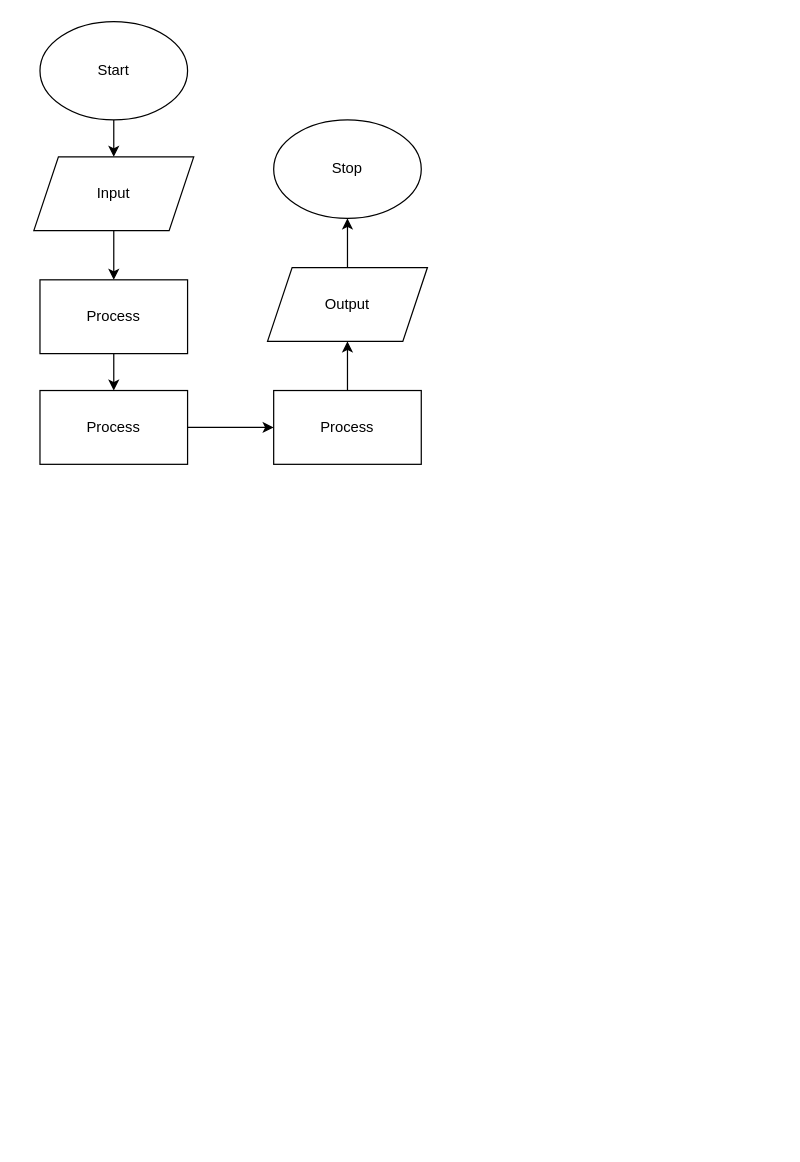
Aleksandr-Ten/ICS3U-Unit3-07-Python keeps this draw.io diagram as flowchart.drawio. Above is the earlier version. Source tidied: cells renumbered, new cells numbered last; positions are measured from the earlier drawing's top-left corner, leaving out a move shared by most shapes. Both pictures are drawn from the tidied source at 123%, with x=0, y=0 at pixel (33, 21).
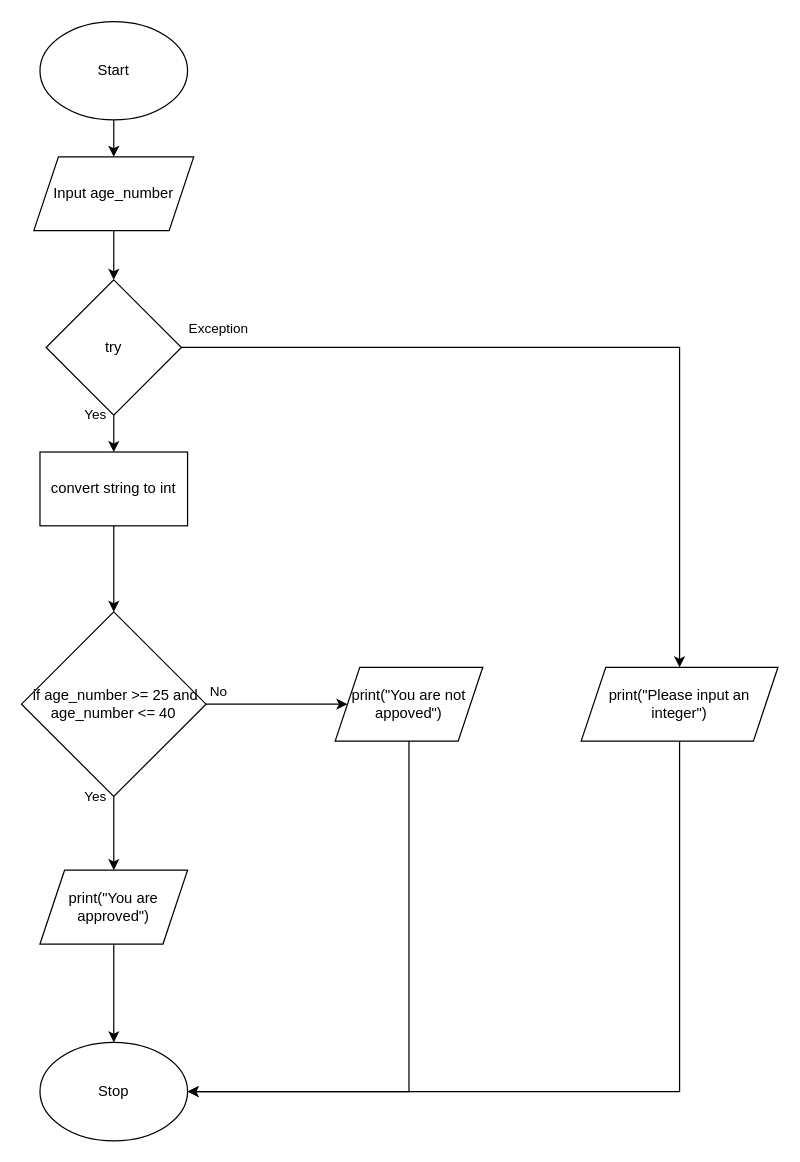
After the change.

The edit, as a diff of the source:
```diff
@@
-    <mxCell id="4" style="edgeStyle=none;html=1;exitX=0.5;exitY=1;exitDx=0;exitDy=0;entryX=0.5;entryY=0;entryDx=0;entryDy=0;" parent="1" edge="1" source="5" target="7">
-      <mxGeometry relative="1" as="geometry" />
+    <mxCell id="4" style="edgeStyle=none;html=1;exitX=0.5;exitY=1;exitDx=0;exitDy=0;entryX=0.5;entryY=0;entryDx=0;entryDy=0;" parent="1" edge="1" source="5">
+      <mxGeometry relative="1" as="geometry">
+        <mxPoint x="65" y="210" as="targetPoint" />
+      </mxGeometry>
     </mxCell>
-    <mxCell id="5" value="Input" style="shape=parallelogram;perimeter=parallelogramPerimeter;whiteSpace=wrap;html=1;fixedSize=1;" parent="1" vertex="1">
+    <mxCell id="5" value="Input age_number" style="shape=parallelogram;perimeter=parallelogramPerimeter;whiteSpace=wrap;html=1;fixedSize=1;" parent="1" vertex="1">
       <mxGeometry y="110" width="130" height="60" as="geometry" />
     </mxCell>
-    <mxCell id="6" style="edgeStyle=none;html=1;exitX=0.5;exitY=1;exitDx=0;exitDy=0;" parent="1" edge="1" source="7" target="9">
-      <mxGeometry relative="1" as="geometry" />
-    </mxCell>
-    <mxCell id="7" value="Process" style="rounded=0;whiteSpace=wrap;html=1;" parent="1" vertex="1">
-      <mxGeometry x="5" y="210" width="120" height="60" as="geometry" />
-    </mxCell>
-    <mxCell id="8" style="edgeStyle=none;html=1;exitX=1;exitY=0.5;exitDx=0;exitDy=0;entryX=0;entryY=0.5;entryDx=0;entryDy=0;" parent="1" edge="1" source="9" target="11">
-      <mxGeometry relative="1" as="geometry" />
-    </mxCell>
-    <mxCell id="9" value="Process" style="rounded=0;whiteSpace=wrap;html=1;" parent="1" vertex="1">
-      <mxGeometry x="5" y="300" width="120" height="60" as="geometry" />
-    </mxCell>
-    <mxCell id="10" style="edgeStyle=none;html=1;exitX=0.5;exitY=0;exitDx=0;exitDy=0;" parent="1" edge="1" source="11" target="13">
-      <mxGeometry relative="1" as="geometry" />
-    </mxCell>
-    <mxCell id="11" value="Process" style="rounded=0;whiteSpace=wrap;html=1;" parent="1" vertex="1">
-      <mxGeometry x="195" y="300" width="120" height="60" as="geometry" />
-    </mxCell>
+    <mxCell id="15" style="edgeStyle=none;html=1;exitX=0.5;exitY=1;exitDx=0;exitDy=0;" parent="1" edge="1" source="12" target="18">
+      <mxGeometry relative="1" as="geometry" />
+    </mxCell>
+    <mxCell id="16" style="edgeStyle=orthogonalEdgeStyle;shape=connector;rounded=0;html=1;labelBackgroundColor=default;fontFamily=Helvetica;fontSize=11;fontColor=default;endArrow=classic;strokeColor=default;" parent="1" edge="1" source="12" target="27">
+      <mxGeometry relative="1" as="geometry" />
+    </mxCell>
-    <mxCell id="12" style="edgeStyle=none;html=1;" parent="1" edge="1" source="13" target="14">
-      <mxGeometry relative="1" as="geometry" />
+    <mxCell id="12" value="try" style="rhombus;whiteSpace=wrap;html=1;" parent="1" vertex="1">
+      <mxGeometry x="10" y="210" width="110" height="110" as="geometry" />
     </mxCell>
-    <mxCell id="13" value="Output" style="shape=parallelogram;perimeter=parallelogramPerimeter;whiteSpace=wrap;html=1;fixedSize=1;" parent="1" vertex="1">
-      <mxGeometry x="190" y="200" width="130" height="60" as="geometry" />
-    </mxCell>
+    <mxCell id="17" style="edgeStyle=none;html=1;exitX=0.5;exitY=1;exitDx=0;exitDy=0;entryX=0.5;entryY=0;entryDx=0;entryDy=0;" parent="1" edge="1" source="18" target="21">
+      <mxGeometry relative="1" as="geometry" />
+    </mxCell>
+    <mxCell id="18" value="convert string to int" style="rounded=0;whiteSpace=wrap;html=1;" parent="1" vertex="1">
+      <mxGeometry x="5" y="350" width="120" height="60" as="geometry" />
+    </mxCell>
+    <mxCell id="19" style="edgeStyle=none;html=1;exitX=0.5;exitY=1;exitDx=0;exitDy=0;" parent="1" edge="1" source="21" target="23">
+      <mxGeometry relative="1" as="geometry" />
+    </mxCell>
+    <mxCell id="20" style="edgeStyle=none;html=1;exitX=1;exitY=0.5;exitDx=0;exitDy=0;" parent="1" edge="1" source="21" target="25">
+      <mxGeometry relative="1" as="geometry" />
+    </mxCell>
+    <mxCell id="21" value="&amp;nbsp;if age_number &amp;gt;= 25 and age_number &amp;lt;= 40" style="rhombus;whiteSpace=wrap;html=1;" parent="1" vertex="1">
+      <mxGeometry x="-10" y="480" width="150" height="150" as="geometry" />
+    </mxCell>
+    <mxCell id="22" style="edgeStyle=none;html=1;exitX=0.5;exitY=1;exitDx=0;exitDy=0;" parent="1" edge="1" source="23" target="14">
+      <mxGeometry relative="1" as="geometry" />
+    </mxCell>
+    <mxCell id="23" value="print(&quot;You are approved&quot;)" style="shape=parallelogram;perimeter=parallelogramPerimeter;whiteSpace=wrap;html=1;fixedSize=1;" parent="1" vertex="1">
+      <mxGeometry x="5" y="690" width="120" height="60" as="geometry" />
+    </mxCell>
     <mxCell id="14" value="Stop" style="ellipse;whiteSpace=wrap;html=1;" parent="1" vertex="1">
-      <mxGeometry x="195" y="80" width="120" height="80" as="geometry" />
+      <mxGeometry x="5" y="830" width="120" height="80" as="geometry" />
     </mxCell>
+    <mxCell id="24" style="edgeStyle=orthogonalEdgeStyle;html=1;exitX=0.5;exitY=1;exitDx=0;exitDy=0;entryX=1;entryY=0.5;entryDx=0;entryDy=0;rounded=0;" parent="1" edge="1" source="25" target="14">
+      <mxGeometry relative="1" as="geometry" />
+    </mxCell>
+    <mxCell id="25" value="print(&quot;You are not appoved&quot;)" style="shape=parallelogram;perimeter=parallelogramPerimeter;whiteSpace=wrap;html=1;fixedSize=1;" parent="1" vertex="1">
+      <mxGeometry x="245" y="525" width="120" height="60" as="geometry" />
+    </mxCell>
+    <mxCell id="26" style="edgeStyle=orthogonalEdgeStyle;shape=connector;rounded=0;html=1;entryX=1;entryY=0.5;entryDx=0;entryDy=0;labelBackgroundColor=default;fontFamily=Helvetica;fontSize=11;fontColor=default;endArrow=classic;strokeColor=default;" parent="1" edge="1" source="27" target="14">
+      <mxGeometry relative="1" as="geometry">
+        <Array as="points">
+          <mxPoint x="525" y="870" />
+        </Array>
+      </mxGeometry>
+    </mxCell>
+    <mxCell id="27" value="print(&quot;Please input an integer&quot;)" style="shape=parallelogram;perimeter=parallelogramPerimeter;whiteSpace=wrap;html=1;fixedSize=1;" parent="1" vertex="1">
+      <mxGeometry x="445" y="525" width="160" height="60" as="geometry" />
+    </mxCell>
+    <mxCell id="28" value="Exception" style="text;html=1;align=center;verticalAlign=middle;fillColor=none;strokeColor=none;rounded=0;fontFamily=Helvetica;fontSize=11;fontColor=default;" parent="1" vertex="1">
+      <mxGeometry x="120" y="240" width="60" height="20" as="geometry" />
+    </mxCell>
+    <mxCell id="29" value="Yes" style="text;html=1;align=center;verticalAlign=middle;fillColor=none;strokeColor=none;rounded=0;fontFamily=Helvetica;fontSize=11;fontColor=default;" parent="1" vertex="1">
+      <mxGeometry x="35" y="310" width="30" height="20" as="geometry" />
+    </mxCell>
+    <mxCell id="30" value="Yes" style="text;html=1;align=center;verticalAlign=middle;fillColor=none;strokeColor=none;rounded=0;fontFamily=Helvetica;fontSize=11;fontColor=default;" parent="1" vertex="1">
+      <mxGeometry x="35" y="620" width="30" height="20" as="geometry" />
+    </mxCell>
+    <mxCell id="31" value="No" style="text;html=1;align=center;verticalAlign=middle;fillColor=none;strokeColor=none;rounded=0;fontFamily=Helvetica;fontSize=11;fontColor=default;" parent="1" vertex="1">
+      <mxGeometry x="135" y="535" width="30" height="20" as="geometry" />
+    </mxCell>
```
